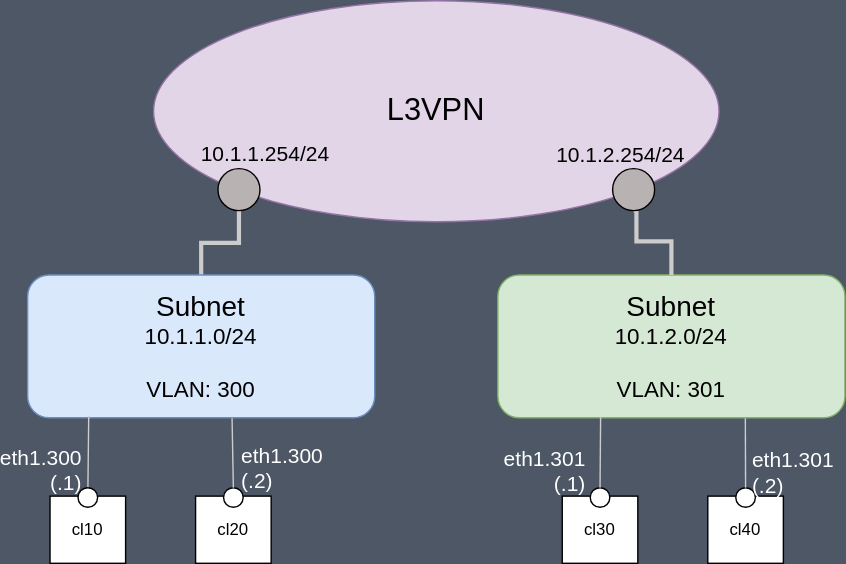
Above: img/ansible-srl-l3vpn.drawio.svg in srl-labs/intent-based-ansible-lab (draw.io), before the change. Source tidied: cells renumbered, new cells last; positions are measured from the earlier drawing's top-left corner, leaving out a move shared by most shapes.
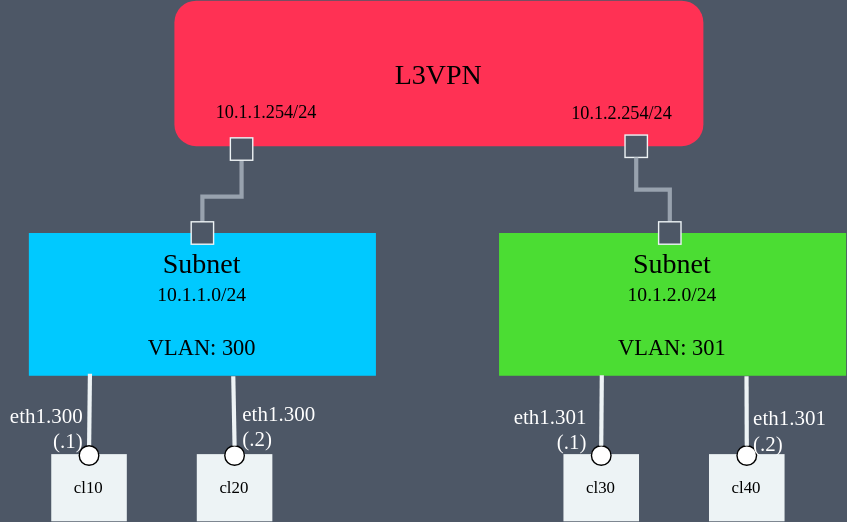
The same file after the commit.

Change to the diagram source:
```diff
@@ -2,86 +2,89 @@
   <root>
     <mxCell id="0" />
     <mxCell id="1" parent="0" />
-    <mxCell id="2" value="&lt;font style=&quot;font-size: 22px;&quot;&gt;L3VPN&lt;/font&gt;" style="ellipse;whiteSpace=wrap;html=1;fillColor=#e1d5e7;strokeColor=#9673a6;" parent="1" vertex="1">
-      <mxGeometry x="109" width="404" height="158" as="geometry" />
+    <mxCell id="2" value="&lt;font style=&quot;font-size: 20px;&quot;&gt;L3VPN&lt;/font&gt;" style="rounded=1;whiteSpace=wrap;html=1;fontFamily=Google Sans;fillColor=#FF3154;strokeColor=none;fontSource=https%3A%2F%2Ffonts.googleapis.com%2Fcss%3Ffamily%3DGoogle%2BSans;" parent="1" vertex="1">
+      <mxGeometry x="123" y="30" width="378" height="104" as="geometry" />
     </mxCell>
-    <mxCell id="3" style="rounded=0;jettySize=auto;html=1;exitX=0.5;exitY=0;exitDx=0;exitDy=0;strokeColor=#CCCCCC;strokeWidth=3;endArrow=none;endFill=0;entryX=0.5;entryY=1;entryDx=0;entryDy=0;edgeStyle=orthogonalEdgeStyle;" parent="1" edge="1" source="4" target="7">
+    <mxCell id="3" style="rounded=0;jettySize=auto;html=1;exitX=0.5;exitY=0;exitDx=0;exitDy=0;strokeColor=#98A2AE;strokeWidth=3;endArrow=none;endFill=0;entryX=0.5;entryY=1;entryDx=0;entryDy=0;edgeStyle=orthogonalEdgeStyle;fontFamily=Google Sans;fontSource=https%3A%2F%2Ffonts.googleapis.com%2Fcss%3Ffamily%3DGoogle%2BSans;" parent="1" edge="1" source="4" target="27">
       <mxGeometry relative="1" as="geometry" />
     </mxCell>
-    <mxCell id="4" value="&lt;font style=&quot;font-size: 20px;&quot;&gt;Subnet&lt;/font&gt;&lt;br style=&quot;font-size: 16px;&quot;&gt;10.1.1.0/24&lt;br&gt;&lt;br&gt;VLAN: 300" style="rounded=1;whiteSpace=wrap;html=1;fillColor=#dae8fc;strokeColor=#6c8ebf;fontSize=16;" parent="1" vertex="1">
+    <mxCell id="4" value="&lt;font style=&quot;font-size: 20px;&quot;&gt;Subnet&lt;/font&gt;&lt;br style=&quot;font-size: 16px;&quot;&gt;&lt;font style=&quot;font-size: 14px;&quot; face=&quot;Fira Code&quot;&gt;10.1.1.0/24&lt;br&gt;&lt;/font&gt;&lt;br&gt;VLAN: 300" style="rounded=1;whiteSpace=wrap;html=1;fillColor=#00C9FF;strokeColor=none;fontSize=16;fontFamily=Google Sans;fontSource=https%3A%2F%2Ffonts.googleapis.com%2Fcss%3Ffamily%3DGoogle%2BSans;arcSize=0;" parent="1" vertex="1">
       <mxGeometry x="19" y="196" width="248" height="102" as="geometry" />
     </mxCell>
-    <mxCell id="5" value="&lt;font style=&quot;font-size: 20px;&quot;&gt;Subnet&lt;/font&gt;&lt;br style=&quot;font-size: 16px;&quot;&gt;10.1.2.0/24&lt;br&gt;&lt;br&gt;VLAN: 301" style="rounded=1;whiteSpace=wrap;html=1;fillColor=#d5e8d4;strokeColor=#82b366;fontSize=16;" parent="1" vertex="1">
+    <mxCell id="5" value="&lt;font style=&quot;font-size: 20px;&quot;&gt;Subnet&lt;/font&gt;&lt;br style=&quot;font-size: 16px;&quot;&gt;&lt;font face=&quot;Fira Code&quot; style=&quot;font-size: 14px;&quot;&gt;10.1.2.0/24&lt;br&gt;&lt;/font&gt;&lt;br&gt;VLAN: 301" style="rounded=1;whiteSpace=wrap;html=1;fillColor=#4BDD33;strokeColor=none;fontSize=16;fontFamily=Google Sans;fontSource=https%3A%2F%2Ffonts.googleapis.com%2Fcss%3Ffamily%3DGoogle%2BSans;arcSize=0;" parent="1" vertex="1">
       <mxGeometry x="355" y="196" width="248" height="102" as="geometry" />
     </mxCell>
-    <mxCell id="6" style="rounded=0;jettySize=auto;html=1;exitX=0.5;exitY=0;exitDx=0;exitDy=0;entryX=0.5;entryY=1;entryDx=0;entryDy=0;strokeColor=#CCCCCC;strokeWidth=3;endArrow=none;endFill=0;edgeStyle=orthogonalEdgeStyle;" parent="1" edge="1" source="5" target="9">
-      <mxGeometry relative="1" as="geometry">
-        <Array as="points">
-          <mxPoint x="479" y="172" />
-          <mxPoint x="454" y="172" />
-          <mxPoint x="454" y="150" />
-        </Array>
-      </mxGeometry>
-    </mxCell>
-    <mxCell id="7" style="ellipse;whiteSpace=wrap;html=1;fillColor=#B8B2B2;" parent="1" vertex="1">
-      <mxGeometry x="155" y="120" width="30" height="30" as="geometry" />
-    </mxCell>
-    <mxCell id="8" value="10.1.1.254/24" style="text;html=1;strokeColor=none;fillColor=none;align=center;verticalAlign=middle;whiteSpace=wrap;rounded=0;fontSize=15;" parent="1" vertex="1">
+    <mxCell id="8" value="10.1.1.254/24" style="text;html=1;strokeColor=none;fillColor=none;align=center;verticalAlign=middle;whiteSpace=wrap;rounded=0;fontSize=13;fontFamily=Fira Code;fontSource=https%3A%2F%2Ffonts.googleapis.com%2Fcss%3Ffamily%3DFira%2BCode;" parent="1" vertex="1">
       <mxGeometry x="159" y="94" width="60" height="30" as="geometry" />
     </mxCell>
-    <mxCell id="9" style="ellipse;whiteSpace=wrap;html=1;fillColor=#B8B2B2;" parent="1" vertex="1">
-      <mxGeometry x="437" y="120" width="30" height="30" as="geometry" />
-    </mxCell>
-    <mxCell id="10" value="10.1.2.254/24" style="text;html=1;strokeColor=none;fillColor=none;align=center;verticalAlign=middle;whiteSpace=wrap;rounded=0;fontSize=15;" parent="1" vertex="1">
+    <mxCell id="10" value="10.1.2.254/24" style="text;html=1;strokeColor=none;fillColor=none;align=center;verticalAlign=middle;whiteSpace=wrap;rounded=0;fontSize=13;fontFamily=Fira Code;fontSource=https%3A%2F%2Ffonts.googleapis.com%2Fcss%3Ffamily%3DFira%2BCode;" parent="1" vertex="1">
       <mxGeometry x="413" y="95" width="60" height="30" as="geometry" />
     </mxCell>
-    <mxCell id="11" style="rounded=0;jettySize=auto;html=1;exitX=0.5;exitY=0;exitDx=0;exitDy=0;entryX=0.176;entryY=0.986;entryDx=0;entryDy=0;fontColor=none;noLabel=1;strokeColor=#CCCCCC;endArrow=none;endFill=0;entryPerimeter=0;" parent="1" edge="1" source="12" target="4">
+    <mxCell id="11" style="rounded=0;jettySize=auto;html=1;exitX=0.5;exitY=0;exitDx=0;exitDy=0;entryX=0.176;entryY=0.986;entryDx=0;entryDy=0;fontColor=none;noLabel=1;strokeColor=#EDF3F5;endArrow=none;endFill=0;entryPerimeter=0;strokeWidth=3;fontFamily=Google Sans;fontSource=https%3A%2F%2Ffonts.googleapis.com%2Fcss%3Ffamily%3DGoogle%2BSans;" parent="1" edge="1" source="12" target="4">
       <mxGeometry relative="1" as="geometry" />
     </mxCell>
-    <mxCell id="12" value="cl10" style="rounded=0;whiteSpace=wrap;html=1;fillColor=#FFFFFF;" parent="1" vertex="1">
+    <mxCell id="12" value="cl10" style="rounded=0;whiteSpace=wrap;html=1;fillColor=#EDF3F5;fontFamily=Google Sans;fontSource=https%3A%2F%2Ffonts.googleapis.com%2Fcss%3Ffamily%3DGoogle%2BSans;strokeColor=none;" parent="1" vertex="1">
       <mxGeometry x="35" y="354" width="54" height="48" as="geometry" />
     </mxCell>
-    <mxCell id="13" style="ellipse;whiteSpace=wrap;html=1;" parent="1" vertex="1">
+    <mxCell id="13" style="ellipse;whiteSpace=wrap;html=1;fontFamily=Google Sans;fontSource=https%3A%2F%2Ffonts.googleapis.com%2Fcss%3Ffamily%3DGoogle%2BSans;" parent="1" vertex="1">
       <mxGeometry x="55" y="348" width="14" height="14" as="geometry" />
     </mxCell>
-    <mxCell id="14" value="&lt;font style=&quot;font-size: 15px;&quot; color=&quot;#ffffff&quot;&gt;eth1.300&lt;br style=&quot;font-size: 15px;&quot;&gt;(.1)&lt;br style=&quot;font-size: 15px;&quot;&gt;&lt;/font&gt;" style="text;html=1;strokeColor=none;fillColor=none;align=right;verticalAlign=middle;whiteSpace=wrap;rounded=0;fontSize=15;" parent="1" vertex="1">
+    <mxCell id="14" value="&lt;font style=&quot;font-size: 15px;&quot; color=&quot;#ffffff&quot;&gt;eth1.300&lt;br style=&quot;font-size: 15px;&quot;&gt;(.1)&lt;br style=&quot;font-size: 15px;&quot;&gt;&lt;/font&gt;" style="text;html=1;strokeColor=none;fillColor=none;align=right;verticalAlign=middle;whiteSpace=wrap;rounded=0;fontSize=15;fontFamily=Google Sans;fontSource=https%3A%2F%2Ffonts.googleapis.com%2Fcss%3Ffamily%3DGoogle%2BSans;" parent="1" vertex="1">
       <mxGeometry y="320" width="60" height="30" as="geometry" />
     </mxCell>
-    <mxCell id="15" value="cl20" style="rounded=0;whiteSpace=wrap;html=1;fillColor=#FFFFFF;" parent="1" vertex="1">
+    <mxCell id="15" value="cl20" style="rounded=0;whiteSpace=wrap;html=1;fillColor=#EDF3F5;fontFamily=Google Sans;fontSource=https%3A%2F%2Ffonts.googleapis.com%2Fcss%3Ffamily%3DGoogle%2BSans;strokeColor=none;" parent="1" vertex="1">
       <mxGeometry x="139" y="354" width="54" height="48" as="geometry" />
     </mxCell>
-    <mxCell id="16" style="ellipse;whiteSpace=wrap;html=1;" parent="1" vertex="1">
+    <mxCell id="16" style="ellipse;whiteSpace=wrap;html=1;fontFamily=Google Sans;fontSource=https%3A%2F%2Ffonts.googleapis.com%2Fcss%3Ffamily%3DGoogle%2BSans;" parent="1" vertex="1">
       <mxGeometry x="159" y="348" width="14" height="14" as="geometry" />
     </mxCell>
-    <mxCell id="17" style="rounded=0;jettySize=auto;html=1;exitX=0.5;exitY=0;exitDx=0;exitDy=0;entryX=0.589;entryY=1.003;entryDx=0;entryDy=0;fontColor=none;noLabel=1;strokeColor=#CCCCCC;endArrow=none;endFill=0;entryPerimeter=0;" parent="1" edge="1" source="16" target="4">
+    <mxCell id="17" style="rounded=0;jettySize=auto;html=1;exitX=0.5;exitY=0;exitDx=0;exitDy=0;entryX=0.589;entryY=1.003;entryDx=0;entryDy=0;fontColor=none;noLabel=1;strokeColor=#EDF3F5;endArrow=none;endFill=0;entryPerimeter=0;strokeWidth=3;fontFamily=Google Sans;fontSource=https%3A%2F%2Ffonts.googleapis.com%2Fcss%3Ffamily%3DGoogle%2BSans;" parent="1" edge="1" source="16" target="4">
       <mxGeometry relative="1" as="geometry" />
     </mxCell>
-    <mxCell id="18" value="&lt;font style=&quot;font-size: 15px;&quot; color=&quot;#ffffff&quot;&gt;eth1.300&lt;br style=&quot;font-size: 15px;&quot;&gt;(.2)&lt;br style=&quot;font-size: 15px;&quot;&gt;&lt;/font&gt;" style="text;html=1;strokeColor=none;fillColor=none;align=left;verticalAlign=middle;whiteSpace=wrap;rounded=0;fontSize=15;" parent="1" vertex="1">
+    <mxCell id="18" value="&lt;font style=&quot;font-size: 15px;&quot; color=&quot;#ffffff&quot;&gt;eth1.300&lt;br style=&quot;font-size: 15px;&quot;&gt;(.2)&lt;br style=&quot;font-size: 15px;&quot;&gt;&lt;/font&gt;" style="text;html=1;strokeColor=none;fillColor=none;align=left;verticalAlign=middle;whiteSpace=wrap;rounded=0;fontSize=15;fontFamily=Google Sans;fontSource=https%3A%2F%2Ffonts.googleapis.com%2Fcss%3Ffamily%3DGoogle%2BSans;" parent="1" vertex="1">
       <mxGeometry x="170" y="319" width="60" height="30" as="geometry" />
     </mxCell>
-    <mxCell id="19" value="cl30" style="rounded=0;whiteSpace=wrap;html=1;fillColor=#FFFFFF;" parent="1" vertex="1">
+    <mxCell id="19" value="cl30" style="rounded=0;whiteSpace=wrap;html=1;fillColor=#EDF3F5;fontFamily=Google Sans;fontSource=https%3A%2F%2Ffonts.googleapis.com%2Fcss%3Ffamily%3DGoogle%2BSans;strokeColor=none;" parent="1" vertex="1">
       <mxGeometry x="401" y="354" width="54" height="48" as="geometry" />
     </mxCell>
-    <mxCell id="20" style="ellipse;whiteSpace=wrap;html=1;" parent="1" vertex="1">
+    <mxCell id="20" style="ellipse;whiteSpace=wrap;html=1;fontFamily=Google Sans;fontSource=https%3A%2F%2Ffonts.googleapis.com%2Fcss%3Ffamily%3DGoogle%2BSans;" parent="1" vertex="1">
       <mxGeometry x="421" y="348" width="14" height="14" as="geometry" />
     </mxCell>
-    <mxCell id="21" value="&lt;font style=&quot;font-size: 15px;&quot; color=&quot;#ffffff&quot;&gt;eth1.301&lt;br style=&quot;font-size: 15px;&quot;&gt;(.1)&lt;br style=&quot;font-size: 15px;&quot;&gt;&lt;/font&gt;" style="text;html=1;strokeColor=none;fillColor=none;align=right;verticalAlign=middle;whiteSpace=wrap;rounded=0;fontSize=15;" parent="1" vertex="1">
+    <mxCell id="21" value="&lt;font style=&quot;font-size: 15px;&quot; color=&quot;#ffffff&quot;&gt;eth1.301&lt;br style=&quot;font-size: 15px;&quot;&gt;(.1)&lt;br style=&quot;font-size: 15px;&quot;&gt;&lt;/font&gt;" style="text;html=1;strokeColor=none;fillColor=none;align=right;verticalAlign=middle;whiteSpace=wrap;rounded=0;fontSize=15;fontFamily=Google Sans;fontSource=https%3A%2F%2Ffonts.googleapis.com%2Fcss%3Ffamily%3DGoogle%2BSans;" parent="1" vertex="1">
       <mxGeometry x="360" y="321" width="60" height="30" as="geometry" />
     </mxCell>
-    <mxCell id="22" value="cl40" style="rounded=0;whiteSpace=wrap;html=1;fillColor=#FFFFFF;" parent="1" vertex="1">
+    <mxCell id="22" value="cl40" style="rounded=0;whiteSpace=wrap;html=1;fillColor=#EDF3F5;fontFamily=Google Sans;fontSource=https%3A%2F%2Ffonts.googleapis.com%2Fcss%3Ffamily%3DGoogle%2BSans;strokeColor=none;" parent="1" vertex="1">
       <mxGeometry x="505" y="354" width="54" height="48" as="geometry" />
     </mxCell>
-    <mxCell id="23" style="ellipse;whiteSpace=wrap;html=1;" parent="1" vertex="1">
+    <mxCell id="23" style="ellipse;whiteSpace=wrap;html=1;fontFamily=Google Sans;fontSource=https%3A%2F%2Ffonts.googleapis.com%2Fcss%3Ffamily%3DGoogle%2BSans;" parent="1" vertex="1">
       <mxGeometry x="525" y="348" width="14" height="14" as="geometry" />
     </mxCell>
-    <mxCell id="24" value="&lt;font style=&quot;font-size: 15px;&quot; color=&quot;#ffffff&quot;&gt;eth1.301&lt;br style=&quot;font-size: 15px;&quot;&gt;(.2)&lt;br style=&quot;font-size: 15px;&quot;&gt;&lt;/font&gt;" style="text;html=1;strokeColor=none;fillColor=none;align=left;verticalAlign=middle;whiteSpace=wrap;rounded=0;fontSize=15;" parent="1" vertex="1">
+    <mxCell id="24" value="&lt;font style=&quot;font-size: 15px;&quot; color=&quot;#ffffff&quot;&gt;eth1.301&lt;br style=&quot;font-size: 15px;&quot;&gt;(.2)&lt;br style=&quot;font-size: 15px;&quot;&gt;&lt;/font&gt;" style="text;html=1;strokeColor=none;fillColor=none;align=left;verticalAlign=middle;whiteSpace=wrap;rounded=0;fontSize=15;fontFamily=Google Sans;fontSource=https%3A%2F%2Ffonts.googleapis.com%2Fcss%3Ffamily%3DGoogle%2BSans;" parent="1" vertex="1">
       <mxGeometry x="535" y="322" width="60" height="30" as="geometry" />
     </mxCell>
-    <mxCell id="25" style="rounded=0;jettySize=auto;html=1;exitX=0.5;exitY=0;exitDx=0;exitDy=0;entryX=0.296;entryY=0.997;entryDx=0;entryDy=0;fontColor=none;noLabel=1;strokeColor=#CCCCCC;endArrow=none;endFill=0;entryPerimeter=0;" parent="1" edge="1" source="20" target="5">
+    <mxCell id="25" style="rounded=0;jettySize=auto;html=1;exitX=0.5;exitY=0;exitDx=0;exitDy=0;entryX=0.296;entryY=0.997;entryDx=0;entryDy=0;fontColor=none;noLabel=1;strokeColor=#EDF3F5;endArrow=none;endFill=0;entryPerimeter=0;strokeWidth=3;fontFamily=Google Sans;fontSource=https%3A%2F%2Ffonts.googleapis.com%2Fcss%3Ffamily%3DGoogle%2BSans;" parent="1" edge="1" source="20" target="5">
       <mxGeometry relative="1" as="geometry" />
     </mxCell>
-    <mxCell id="26" style="rounded=0;jettySize=auto;html=1;entryX=0.713;entryY=1.003;entryDx=0;entryDy=0;fontColor=none;noLabel=1;strokeColor=#CCCCCC;endArrow=none;endFill=0;entryPerimeter=0;exitX=0.5;exitY=0;exitDx=0;exitDy=0;" parent="1" edge="1" source="23" target="5">
+    <mxCell id="26" style="rounded=0;jettySize=auto;html=1;entryX=0.713;entryY=1.003;entryDx=0;entryDy=0;fontColor=none;noLabel=1;strokeColor=#EDF3F5;endArrow=none;endFill=0;entryPerimeter=0;exitX=0.5;exitY=0;exitDx=0;exitDy=0;strokeWidth=3;fontFamily=Google Sans;fontSource=https%3A%2F%2Ffonts.googleapis.com%2Fcss%3Ffamily%3DGoogle%2BSans;" parent="1" edge="1" source="23" target="5">
       <mxGeometry relative="1" as="geometry" />
     </mxCell>
+    <mxCell id="27" style="whiteSpace=wrap;html=1;strokeColor=#EDF3F5;fillColor=#4d5766;strokeWidth=1;fontFamily=Google Sans;fontSource=https%3A%2F%2Ffonts.googleapis.com%2Fcss%3Ffamily%3DGoogle%2BSans;" parent="1" vertex="1">
+      <mxGeometry x="163" y="128" width="16" height="16" as="geometry" />
+    </mxCell>
+    <mxCell id="28" style="whiteSpace=wrap;html=1;strokeColor=#EDF3F5;fillColor=#4d5766;strokeWidth=1;fontFamily=Google Sans;fontSource=https%3A%2F%2Ffonts.googleapis.com%2Fcss%3Ffamily%3DGoogle%2BSans;" parent="1" vertex="1">
+      <mxGeometry x="445" y="126" width="16" height="16" as="geometry" />
+    </mxCell>
+    <mxCell id="29" style="whiteSpace=wrap;html=1;strokeColor=#EDF3F5;fillColor=#4d5766;strokeWidth=1;fontFamily=Google Sans;fontSource=https%3A%2F%2Ffonts.googleapis.com%2Fcss%3Ffamily%3DGoogle%2BSans;" parent="1" vertex="1">
+      <mxGeometry x="135" y="188" width="16" height="16" as="geometry" />
+    </mxCell>
+    <mxCell id="30" style="rounded=0;jettySize=auto;html=1;exitX=0.5;exitY=0;exitDx=0;exitDy=0;strokeColor=#98A2AE;strokeWidth=3;endArrow=none;endFill=0;entryX=0.5;entryY=1;entryDx=0;entryDy=0;edgeStyle=orthogonalEdgeStyle;fontFamily=Google Sans;fontSource=https%3A%2F%2Ffonts.googleapis.com%2Fcss%3Ffamily%3DGoogle%2BSans;" parent="1" edge="1" source="32" target="28">
+      <mxGeometry relative="1" as="geometry" />
+    </mxCell>
+    <mxCell id="31" style="rounded=0;jettySize=auto;html=1;exitX=0.5;exitY=0;exitDx=0;exitDy=0;strokeColor=#98A2AE;strokeWidth=3;endArrow=none;endFill=0;entryX=0.5;entryY=1;entryDx=0;entryDy=0;edgeStyle=orthogonalEdgeStyle;fontFamily=Google Sans;fontSource=https%3A%2F%2Ffonts.googleapis.com%2Fcss%3Ffamily%3DGoogle%2BSans;" parent="1" edge="1" source="5" target="32">
+      <mxGeometry relative="1" as="geometry" />
+    </mxCell>
+    <mxCell id="32" style="whiteSpace=wrap;html=1;strokeColor=#EDF3F5;fillColor=#4d5766;strokeWidth=1;fontFamily=Google Sans;fontSource=https%3A%2F%2Ffonts.googleapis.com%2Fcss%3Ffamily%3DGoogle%2BSans;" parent="1" vertex="1">
+      <mxGeometry x="469" y="188" width="16" height="16" as="geometry" />
+    </mxCell>
   </root>
 </mxGraphModel>
```
